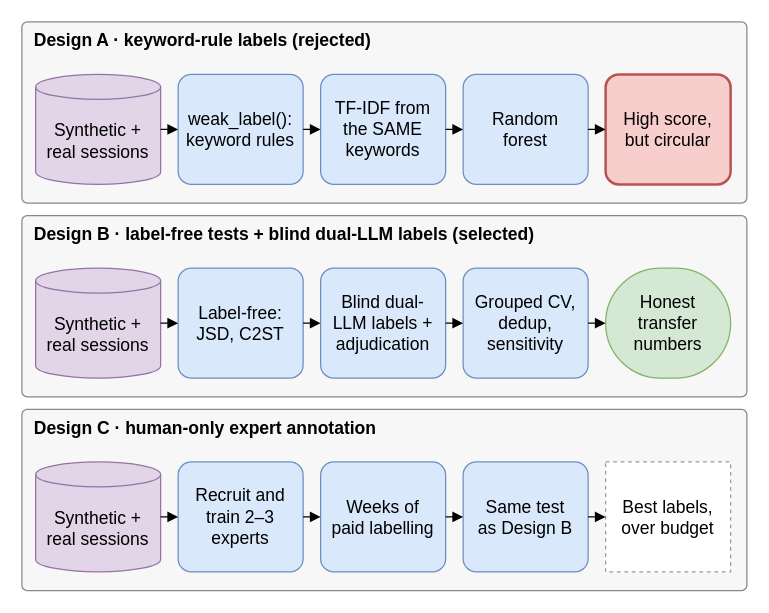
Earlier version of the draw.io diagram report/diagrams/d11_alternative_designs.drawio (parthkansal823/Honeypot_RedTeaming-paper). Source tidied: cells renumbered, new cells numbered last; positions are measured from the earlier drawing's top-left corner, leaving out a move shared by most shapes. Both pictures are drawn from the tidied source at 125%, with x=0, y=0 at pixel (21, 21).
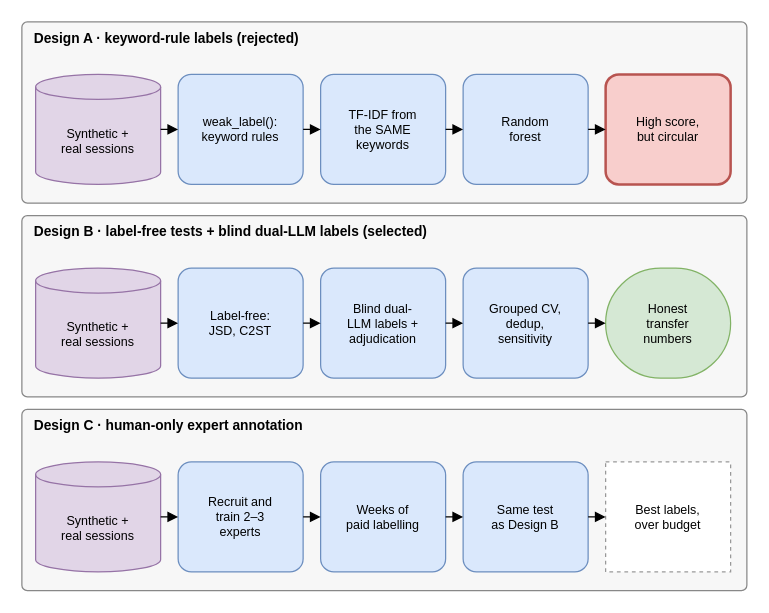
The same page after the edit.

What changed in the source:
```diff
@@
-    <mxCell id="2" value="Design A · keyword-rule labels (rejected)" style="rounded=1;arcSize=3;verticalAlign=top;dashed=0;whiteSpace=wrap;html=1;fillColor=#F7F7F7;strokeColor=#888888;fontFamily=Arial;fontSize=14;fontStyle=1;align=left;spacingLeft=8;" parent="1" vertex="1">
+    <mxCell id="2" value="Design A · keyword-rule labels (rejected)" style="rounded=1;arcSize=3;verticalAlign=top;dashed=0;whiteSpace=wrap;html=1;fillColor=#F7F7F7;strokeColor=#888888;fontFamily=Arial;fontSize=11;fontStyle=1;align=left;spacingLeft=8;" parent="1" vertex="1">
       <mxGeometry width="580" height="145" as="geometry" />
     </mxCell>
-    <mxCell id="3" value="Design B · label-free tests + blind dual-LLM labels (selected)" style="rounded=1;arcSize=3;verticalAlign=top;dashed=0;whiteSpace=wrap;html=1;fillColor=#F7F7F7;strokeColor=#888888;fontFamily=Arial;fontSize=14;fontStyle=1;align=left;spacingLeft=8;" parent="1" vertex="1">
+    <mxCell id="3" value="Design B · label-free tests + blind dual-LLM labels (selected)" style="rounded=1;arcSize=3;verticalAlign=top;dashed=0;whiteSpace=wrap;html=1;fillColor=#F7F7F7;strokeColor=#888888;fontFamily=Arial;fontSize=11;fontStyle=1;align=left;spacingLeft=8;" parent="1" vertex="1">
       <mxGeometry y="155" width="580" height="145" as="geometry" />
     </mxCell>
-    <mxCell id="4" value="Design C · human-only expert annotation" style="rounded=1;arcSize=3;verticalAlign=top;dashed=0;whiteSpace=wrap;html=1;fillColor=#F7F7F7;strokeColor=#888888;fontFamily=Arial;fontSize=14;fontStyle=1;align=left;spacingLeft=8;" parent="1" vertex="1">
+    <mxCell id="4" value="Design C · human-only expert annotation" style="rounded=1;arcSize=3;verticalAlign=top;dashed=0;whiteSpace=wrap;html=1;fillColor=#F7F7F7;strokeColor=#888888;fontFamily=Arial;fontSize=11;fontStyle=1;align=left;spacingLeft=8;" parent="1" vertex="1">
       <mxGeometry y="310" width="580" height="145" as="geometry" />
     </mxCell>
-    <mxCell id="5" value="Synthetic +&lt;br&gt;real sessions" style="shape=cylinder3;boundedLbl=1;backgroundOutline=1;size=10;whiteSpace=wrap;html=1;fillColor=#E1D5E7;strokeColor=#9673A6;fontFamily=Arial;fontSize=14;" parent="1" vertex="1">
+    <mxCell id="5" value="Synthetic +&lt;br&gt;real sessions" style="shape=cylinder3;boundedLbl=1;backgroundOutline=1;size=10;whiteSpace=wrap;html=1;fillColor=#E1D5E7;strokeColor=#9673A6;fontFamily=Arial;fontSize=10;" parent="1" vertex="1">
       <mxGeometry x="11" y="42" width="100" height="88" as="geometry" />
     </mxCell>
-    <mxCell id="6" value="weak_label():&lt;br&gt;keyword rules" style="rounded=1;arcSize=12;whiteSpace=wrap;html=1;fillColor=#DAE8FC;strokeColor=#6C8EBF;fontFamily=Arial;fontSize=14;" parent="1" vertex="1">
+    <mxCell id="6" value="weak_label():&lt;br&gt;keyword rules" style="rounded=1;arcSize=12;whiteSpace=wrap;html=1;fillColor=#DAE8FC;strokeColor=#6C8EBF;fontFamily=Arial;fontSize=10;" parent="1" vertex="1">
       <mxGeometry x="125" y="42" width="100" height="88" as="geometry" />
     </mxCell>
-    <mxCell id="7" value="TF-IDF from&lt;br&gt;the SAME&lt;br&gt;keywords" style="rounded=1;arcSize=12;whiteSpace=wrap;html=1;fillColor=#DAE8FC;strokeColor=#6C8EBF;fontFamily=Arial;fontSize=14;" parent="1" vertex="1">
+    <mxCell id="7" value="TF-IDF from&lt;br&gt;the SAME&lt;br&gt;keywords" style="rounded=1;arcSize=12;whiteSpace=wrap;html=1;fillColor=#DAE8FC;strokeColor=#6C8EBF;fontFamily=Arial;fontSize=10;" parent="1" vertex="1">
       <mxGeometry x="239" y="42" width="100" height="88" as="geometry" />
     </mxCell>
-    <mxCell id="8" value="Random&lt;br&gt;forest" style="rounded=1;arcSize=12;whiteSpace=wrap;html=1;fillColor=#DAE8FC;strokeColor=#6C8EBF;fontFamily=Arial;fontSize=14;" parent="1" vertex="1">
+    <mxCell id="8" value="Random&lt;br&gt;forest" style="rounded=1;arcSize=12;whiteSpace=wrap;html=1;fillColor=#DAE8FC;strokeColor=#6C8EBF;fontFamily=Arial;fontSize=10;" parent="1" vertex="1">
       <mxGeometry x="353" y="42" width="100" height="88" as="geometry" />
     </mxCell>
-    <mxCell id="9" value="High score,&lt;br&gt;but circular" style="rounded=1;arcSize=12;strokeWidth=2;whiteSpace=wrap;html=1;fillColor=#F8CECC;strokeColor=#B85450;fontFamily=Arial;fontSize=14;" parent="1" vertex="1">
+    <mxCell id="9" value="High score,&lt;br&gt;but circular" style="rounded=1;arcSize=12;strokeWidth=2;whiteSpace=wrap;html=1;fillColor=#F8CECC;strokeColor=#B85450;fontFamily=Arial;fontSize=10;" parent="1" vertex="1">
       <mxGeometry x="467" y="42" width="100" height="88" as="geometry" />
     </mxCell>
-    <mxCell id="10" value="Synthetic +&lt;br&gt;real sessions" style="shape=cylinder3;boundedLbl=1;backgroundOutline=1;size=10;whiteSpace=wrap;html=1;fillColor=#E1D5E7;strokeColor=#9673A6;fontFamily=Arial;fontSize=14;" parent="1" vertex="1">
+    <mxCell id="10" value="Synthetic +&lt;br&gt;real sessions" style="shape=cylinder3;boundedLbl=1;backgroundOutline=1;size=10;whiteSpace=wrap;html=1;fillColor=#E1D5E7;strokeColor=#9673A6;fontFamily=Arial;fontSize=10;" parent="1" vertex="1">
       <mxGeometry x="11" y="197" width="100" height="88" as="geometry" />
     </mxCell>
-    <mxCell id="11" value="Label-free:&lt;br&gt;JSD, C2ST" style="rounded=1;arcSize=12;whiteSpace=wrap;html=1;fillColor=#DAE8FC;strokeColor=#6C8EBF;fontFamily=Arial;fontSize=14;" parent="1" vertex="1">
+    <mxCell id="11" value="Label-free:&lt;br&gt;JSD, C2ST" style="rounded=1;arcSize=12;whiteSpace=wrap;html=1;fillColor=#DAE8FC;strokeColor=#6C8EBF;fontFamily=Arial;fontSize=10;" parent="1" vertex="1">
       <mxGeometry x="125" y="197" width="100" height="88" as="geometry" />
     </mxCell>
-    <mxCell id="12" value="Blind dual-&lt;br&gt;LLM labels +&lt;br&gt;adjudication" style="rounded=1;arcSize=12;whiteSpace=wrap;html=1;fillColor=#DAE8FC;strokeColor=#6C8EBF;fontFamily=Arial;fontSize=14;" parent="1" vertex="1">
+    <mxCell id="12" value="Blind dual-&lt;br&gt;LLM labels +&lt;br&gt;adjudication" style="rounded=1;arcSize=12;whiteSpace=wrap;html=1;fillColor=#DAE8FC;strokeColor=#6C8EBF;fontFamily=Arial;fontSize=10;" parent="1" vertex="1">
       <mxGeometry x="239" y="197" width="100" height="88" as="geometry" />
     </mxCell>
-    <mxCell id="13" value="Grouped CV,&lt;br&gt;dedup,&lt;br&gt;sensitivity" style="rounded=1;arcSize=12;whiteSpace=wrap;html=1;fillColor=#DAE8FC;strokeColor=#6C8EBF;fontFamily=Arial;fontSize=14;" parent="1" vertex="1">
+    <mxCell id="13" value="Grouped CV,&lt;br&gt;dedup,&lt;br&gt;sensitivity" style="rounded=1;arcSize=12;whiteSpace=wrap;html=1;fillColor=#DAE8FC;strokeColor=#6C8EBF;fontFamily=Arial;fontSize=10;" parent="1" vertex="1">
       <mxGeometry x="353" y="197" width="100" height="88" as="geometry" />
     </mxCell>
-    <mxCell id="14" value="Honest&lt;br&gt;transfer&lt;br&gt;numbers" style="rounded=1;arcSize=50;whiteSpace=wrap;html=1;fillColor=#D5E8D4;strokeColor=#82B366;fontFamily=Arial;fontSize=14;" parent="1" vertex="1">
+    <mxCell id="14" value="Honest&lt;br&gt;transfer&lt;br&gt;numbers" style="rounded=1;arcSize=50;whiteSpace=wrap;html=1;fillColor=#D5E8D4;strokeColor=#82B366;fontFamily=Arial;fontSize=10;" parent="1" vertex="1">
       <mxGeometry x="467" y="197" width="100" height="88" as="geometry" />
     </mxCell>
-    <mxCell id="15" value="Synthetic +&lt;br&gt;real sessions" style="shape=cylinder3;boundedLbl=1;backgroundOutline=1;size=10;whiteSpace=wrap;html=1;fillColor=#E1D5E7;strokeColor=#9673A6;fontFamily=Arial;fontSize=14;" parent="1" vertex="1">
+    <mxCell id="15" value="Synthetic +&lt;br&gt;real sessions" style="shape=cylinder3;boundedLbl=1;backgroundOutline=1;size=10;whiteSpace=wrap;html=1;fillColor=#E1D5E7;strokeColor=#9673A6;fontFamily=Arial;fontSize=10;" parent="1" vertex="1">
       <mxGeometry x="11" y="352" width="100" height="88" as="geometry" />
     </mxCell>
-    <mxCell id="16" value="Recruit and&lt;br&gt;train 2–3&lt;br&gt;experts" style="rounded=1;arcSize=12;whiteSpace=wrap;html=1;fillColor=#DAE8FC;strokeColor=#6C8EBF;fontFamily=Arial;fontSize=14;" parent="1" vertex="1">
+    <mxCell id="16" value="Recruit and&lt;br&gt;train 2–3&lt;br&gt;experts" style="rounded=1;arcSize=12;whiteSpace=wrap;html=1;fillColor=#DAE8FC;strokeColor=#6C8EBF;fontFamily=Arial;fontSize=10;" parent="1" vertex="1">
       <mxGeometry x="125" y="352" width="100" height="88" as="geometry" />
     </mxCell>
-    <mxCell id="17" value="Weeks of&lt;br&gt;paid labelling" style="rounded=1;arcSize=12;whiteSpace=wrap;html=1;fillColor=#DAE8FC;strokeColor=#6C8EBF;fontFamily=Arial;fontSize=14;" parent="1" vertex="1">
+    <mxCell id="17" value="Weeks of&lt;br&gt;paid labelling" style="rounded=1;arcSize=12;whiteSpace=wrap;html=1;fillColor=#DAE8FC;strokeColor=#6C8EBF;fontFamily=Arial;fontSize=10;" parent="1" vertex="1">
       <mxGeometry x="239" y="352" width="100" height="88" as="geometry" />
     </mxCell>
-    <mxCell id="18" value="Same test&lt;br&gt;as Design B" style="rounded=1;arcSize=12;whiteSpace=wrap;html=1;fillColor=#DAE8FC;strokeColor=#6C8EBF;fontFamily=Arial;fontSize=14;" parent="1" vertex="1">
+    <mxCell id="18" value="Same test&lt;br&gt;as Design B" style="rounded=1;arcSize=12;whiteSpace=wrap;html=1;fillColor=#DAE8FC;strokeColor=#6C8EBF;fontFamily=Arial;fontSize=10;" parent="1" vertex="1">
       <mxGeometry x="353" y="352" width="100" height="88" as="geometry" />
     </mxCell>
-    <mxCell id="19" value="Best labels,&lt;br&gt;over budget" style="rounded=0;dashed=1;whiteSpace=wrap;html=1;fillColor=#FFFFFF;strokeColor=#999999;fontFamily=Arial;fontSize=14;" parent="1" vertex="1">
+    <mxCell id="19" value="Best labels,&lt;br&gt;over budget" style="rounded=0;dashed=1;whiteSpace=wrap;html=1;fillColor=#FFFFFF;strokeColor=#999999;fontFamily=Arial;fontSize=10;" parent="1" vertex="1">
       <mxGeometry x="467" y="352" width="100" height="88" as="geometry" />
     </mxCell>
```
